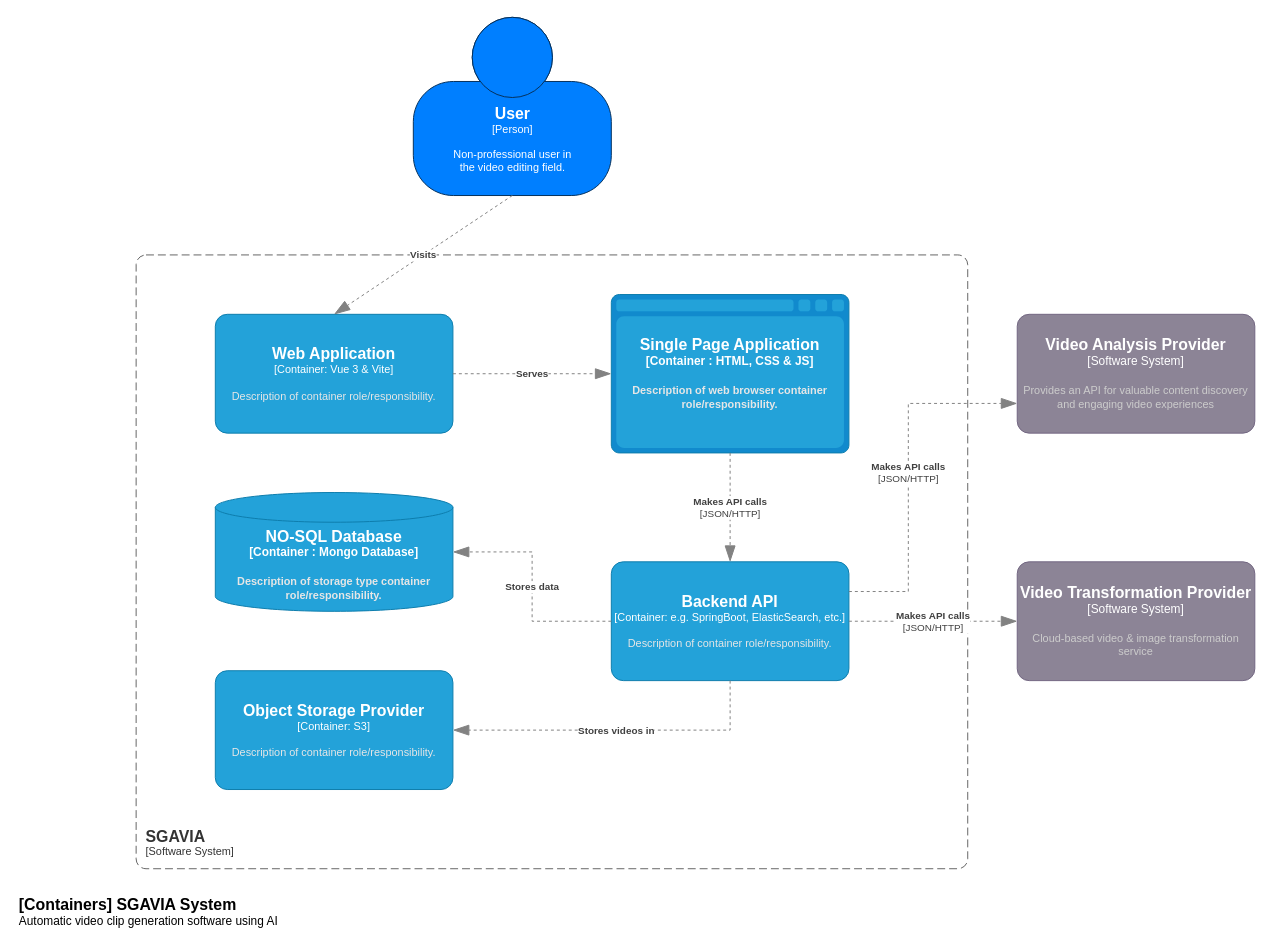
PR2022027/.github keeps this draw.io diagram as page "Página-4" (4 of 5) of drawio-diagrams/Organigrama.drawio. Above is the earlier version. Source tidied: cells renumbered, new cells numbered last; positions are measured from the earlier drawing's top-left corner, leaving out a move shared by most shapes. Both pictures are drawn from the tidied source at 99%, with x=0, y=0 at pixel (17, 17).
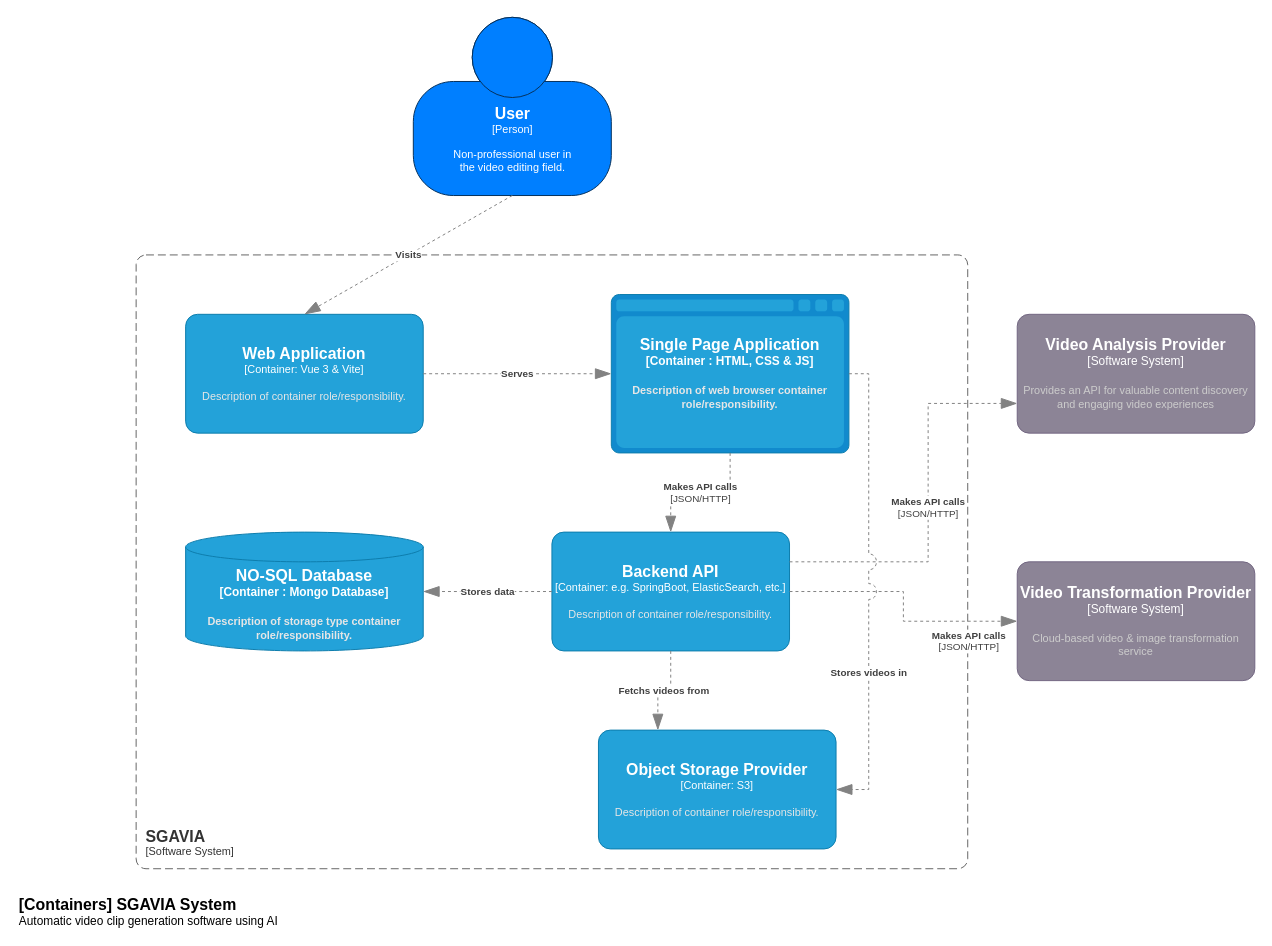
The same diagram, later.

Unchanged cells that the change refers to:
```xml
<object id="6" label="&lt;font style=&quot;font-size: 16px&quot;&gt;&lt;b&gt;%c4Type%&lt;/font&gt;&lt;div&gt;[%c4Container%:&amp;nbsp;%c4Technology%]&lt;/div&gt;&lt;br&gt;&lt;div&gt;&lt;font style=&quot;font-size: 11px&quot;&gt;&lt;font color=&quot;#E6E6E6&quot;&gt;%c4Description%&lt;/font&gt;&lt;/div&gt;" c4Container="Container " c4Description="Description of web browser container role/responsibility." c4Technology="HTML, CSS &amp; JS" c4Type="Single Page Application" placeholders="1">
  <mxCell style="shape=mxgraph.c4.webBrowserContainer2;whiteSpace=wrap;html=1;boundedLbl=1;rounded=0;labelBackgroundColor=none;strokeColor=#118ACD;fillColor=#23A2D9;strokeColor=#118ACD;strokeColor2=#0E7DAD;fontSize=12;fontColor=#ffffff;align=center;points=[[0.5,0,0],[1,0.25,0],[1,0.5,0],[1,0.75,0],[0.5,1,0],[0,0.75,0],[0,0.5,0],[0,0.25,0]];" parent="1" vertex="1">
    <mxGeometry x="600" y="280" width="240" height="160" as="geometry" />
  </mxCell>
</object>
<object id="15" label="&lt;font style=&quot;font-size: 16px&quot;&gt;&lt;b&gt;%c4Name%&lt;/b&gt;&lt;/font&gt;&lt;div&gt;[%c4Type%]&lt;/div&gt;&lt;br&gt;&lt;div&gt;&lt;font style=&quot;font-size: 11px&quot;&gt;&lt;font color=&quot;#cccccc&quot;&gt;%c4Description%&lt;/font&gt;&lt;/div&gt;" c4Description="Provides an API for valuable content discovery and engaging video experiences" c4Name="Video Analysis Provider" c4Type="Software System" placeholders="1">
  <mxCell style="rounded=1;whiteSpace=wrap;html=1;labelBackgroundColor=none;fillColor=#8C8496;fontColor=#ffffff;align=center;arcSize=10;strokeColor=#736782;points=[[0.25,0,0],[0.5,0,0],[0.75,0,0],[1,0.25,0],[1,0.5,0],[1,0.75,0],[0.75,1,0],[0.5,1,0],[0.25,1,0],[0,0.75,0],[0,0.5,0],[0,0.25,0]];" parent="1" vertex="1">
    <mxGeometry x="1010" y="300" width="240" height="120" as="geometry" />
  </mxCell>
</object>
<object id="16" label="&lt;font style=&quot;font-size: 16px&quot;&gt;&lt;b&gt;%c4Name%&lt;/b&gt;&lt;/font&gt;&lt;div&gt;[%c4Type%]&lt;/div&gt;&lt;br&gt;&lt;div&gt;&lt;font style=&quot;font-size: 11px&quot;&gt;&lt;font color=&quot;#cccccc&quot;&gt;%c4Description%&lt;/font&gt;&lt;/div&gt;" c4Description="Cloud-based video &amp; image transformation service" c4Name="Video Transformation Provider" c4Type="Software System" placeholders="1">
  <mxCell style="rounded=1;whiteSpace=wrap;html=1;labelBackgroundColor=none;fillColor=#8C8496;fontColor=#ffffff;align=center;arcSize=10;strokeColor=#736782;points=[[0.25,0,0],[0.5,0,0],[0.75,0,0],[1,0.25,0],[1,0.5,0],[1,0.75,0],[0.75,1,0],[0.5,1,0],[0.25,1,0],[0,0.75,0],[0,0.5,0],[0,0.25,0]];" parent="1" vertex="1">
    <mxGeometry x="1010" y="550" width="240" height="120" as="geometry" />
  </mxCell>
</object>
```

Change to the diagram source:
```diff
@@
     <object id="5" label="&lt;font style=&quot;font-size: 16px&quot;&gt;&lt;b&gt;%c4Name%&lt;/b&gt;&lt;/font&gt;&lt;div&gt;[%c4Type%: %c4Technology%]&lt;/div&gt;&lt;br&gt;&lt;div&gt;&lt;font style=&quot;font-size: 11px&quot;&gt;&lt;font color=&quot;#E6E6E6&quot;&gt;%c4Description%&lt;/font&gt;&lt;/div&gt;" c4Description="Description of container role/responsibility." c4Name="Web Application" c4Technology="Vue 3 &amp; Vite" c4Type="Container" placeholders="1">
       <mxCell style="rounded=1;whiteSpace=wrap;html=1;fontSize=11;labelBackgroundColor=none;fillColor=#23A2D9;fontColor=#ffffff;align=center;arcSize=10;strokeColor=#0E7DAD;points=[[0.25,0,0],[0.5,0,0],[0.75,0,0],[1,0.25,0],[1,0.5,0],[1,0.75,0],[0.75,1,0],[0.5,1,0],[0.25,1,0],[0,0.75,0],[0,0.5,0],[0,0.25,0]];" parent="1" vertex="1">
-        <mxGeometry x="200" y="300" width="240" height="120" as="geometry" />
+        <mxGeometry x="170" y="300" width="240" height="120" as="geometry" />
       </mxCell>
     </object>
@@
     <object id="7" label="&lt;font style=&quot;font-size: 16px&quot;&gt;&lt;b&gt;%c4Type%&lt;/font&gt;&lt;div&gt;[%c4Container%:&amp;nbsp;%c4Technology%]&lt;/div&gt;&lt;br&gt;&lt;div&gt;&lt;font style=&quot;font-size: 11px&quot;&gt;&lt;font color=&quot;#E6E6E6&quot;&gt;%c4Description%&lt;/font&gt;&lt;/div&gt;" c4Container="Container " c4Description="Description of storage type container role/responsibility." c4Technology="Mongo Database" c4Type="NO-SQL Database" placeholders="1">
       <mxCell style="shape=cylinder3;size=15;whiteSpace=wrap;html=1;boundedLbl=1;rounded=0;labelBackgroundColor=none;fillColor=#23A2D9;fontSize=12;fontColor=#ffffff;align=center;strokeColor=#0E7DAD;points=[[0.5,0,0],[1,0.25,0],[1,0.5,0],[1,0.75,0],[0.5,1,0],[0,0.75,0],[0,0.5,0],[0,0.25,0]];" parent="1" vertex="1">
-        <mxGeometry x="200" y="480" width="240" height="120" as="geometry" />
+        <mxGeometry x="170" y="520" width="240" height="120" as="geometry" />
       </mxCell>
     </object>
     <object id="8" label="&lt;font style=&quot;font-size: 16px&quot;&gt;&lt;b&gt;%c4Name%&lt;/b&gt;&lt;/font&gt;&lt;div&gt;[%c4Type%: %c4Technology%]&lt;/div&gt;&lt;br&gt;&lt;div&gt;&lt;font style=&quot;font-size: 11px&quot;&gt;&lt;font color=&quot;#E6E6E6&quot;&gt;%c4Description%&lt;/font&gt;&lt;/div&gt;" c4Description="Description of container role/responsibility." c4Name="Backend API" c4Technology="e.g. SpringBoot, ElasticSearch, etc." c4Type="Container" placeholders="1">
       <mxCell style="rounded=1;whiteSpace=wrap;html=1;fontSize=11;labelBackgroundColor=none;fillColor=#23A2D9;fontColor=#ffffff;align=center;arcSize=10;strokeColor=#0E7DAD;points=[[0.25,0,0],[0.5,0,0],[0.75,0,0],[1,0.25,0],[1,0.5,0],[1,0.75,0],[0.75,1,0],[0.5,1,0],[0.25,1,0],[0,0.75,0],[0,0.5,0],[0,0.25,0]];" parent="1" vertex="1">
-        <mxGeometry x="600" y="550" width="240" height="120" as="geometry" />
+        <mxGeometry x="540" y="520" width="240" height="120" as="geometry" />
       </mxCell>
     </object>
@@
     <object id="13" label="&lt;font style=&quot;font-size: 16px&quot;&gt;&lt;b&gt;%c4Name%&lt;/b&gt;&lt;/font&gt;&lt;div&gt;[%c4Type%: %c4Technology%]&lt;/div&gt;&lt;br&gt;&lt;div&gt;&lt;font style=&quot;font-size: 11px&quot;&gt;&lt;font color=&quot;#E6E6E6&quot;&gt;%c4Description%&lt;/font&gt;&lt;/div&gt;" c4Description="Description of container role/responsibility." c4Name="Object Storage Provider" c4Technology="S3" c4Type="Container" placeholders="1">
       <mxCell style="rounded=1;whiteSpace=wrap;html=1;fontSize=11;labelBackgroundColor=none;fillColor=#23A2D9;fontColor=#ffffff;align=center;arcSize=10;strokeColor=#0E7DAD;points=[[0.25,0,0],[0.5,0,0],[0.75,0,0],[1,0.25,0],[1,0.5,0],[1,0.75,0],[0.75,1,0],[0.5,1,0],[0.25,1,0],[0,0.75,0],[0,0.5,0],[0,0.25,0]];" parent="1" vertex="1">
-        <mxGeometry x="200" y="660" width="240" height="120" as="geometry" />
+        <mxGeometry x="587" y="720" width="240" height="120" as="geometry" />
       </mxCell>
     </object>
-    <object id="14" label="&lt;div style=&quot;text-align: left&quot;&gt;&lt;div style=&quot;text-align: center&quot;&gt;&lt;b&gt;%c4Description%&lt;/b&gt;&lt;/div&gt;" c4Description="Stores videos in" placeholders="1">
-      <mxCell style="endArrow=blockThin;html=1;fontSize=10;fontColor=#404040;strokeWidth=1;endFill=1;strokeColor=#828282;elbow=vertical;endSize=14;startSize=14;jumpStyle=arc;jumpSize=16;rounded=0;edgeStyle=orthogonalEdgeStyle;dashed=1;exitX=0.5;exitY=1;exitDx=0;exitDy=0;exitPerimeter=0;entryX=1;entryY=0.5;entryDx=0;entryDy=0;entryPerimeter=0;" parent="1" edge="1" source="8" target="13">
+    <object id="14" label="&lt;div style=&quot;text-align: left&quot;&gt;&lt;div style=&quot;text-align: center&quot;&gt;&lt;b&gt;%c4Description%&lt;/b&gt;&lt;/div&gt;" c4Description="Fetchs videos from" placeholders="1">
+      <mxCell style="endArrow=blockThin;html=1;fontSize=10;fontColor=#404040;strokeWidth=1;endFill=1;strokeColor=#828282;elbow=vertical;endSize=14;startSize=14;jumpStyle=arc;jumpSize=16;rounded=0;edgeStyle=orthogonalEdgeStyle;dashed=1;exitX=0.5;exitY=1;exitDx=0;exitDy=0;exitPerimeter=0;entryX=0.25;entryY=0;entryDx=0;entryDy=0;entryPerimeter=0;" parent="1" edge="1" source="8" target="13">
         <mxGeometry relative="1" as="geometry" />
       </mxCell>
     </object>
@@
     <object id="17" label="&lt;div style=&quot;text-align: left&quot;&gt;&lt;div style=&quot;text-align: center&quot;&gt;&lt;b&gt;%c4Description%&lt;/b&gt;&lt;/div&gt;&lt;div style=&quot;text-align: center&quot;&gt;[%c4Technology%]&lt;/div&gt;&lt;/div&gt;" c4Description="Makes API calls" c4Technology="JSON/HTTP" placeholders="1">
       <mxCell style="endArrow=blockThin;html=1;fontSize=10;fontColor=#404040;strokeWidth=1;endFill=1;strokeColor=#828282;elbow=vertical;endSize=14;startSize=14;jumpStyle=arc;jumpSize=16;rounded=0;edgeStyle=orthogonalEdgeStyle;dashed=1;exitX=1;exitY=0.5;exitDx=0;exitDy=0;exitPerimeter=0;entryX=0;entryY=0.5;entryDx=0;entryDy=0;entryPerimeter=0;" parent="1" edge="1" source="8" target="16">
-        <mxGeometry relative="1" as="geometry" />
+        <mxGeometry x="0.62" y="-20" relative="1" as="geometry" />
       </mxCell>
     </object>
     <object id="18" label="&lt;div style=&quot;text-align: left&quot;&gt;&lt;div style=&quot;text-align: center&quot;&gt;&lt;b&gt;%c4Description%&lt;/b&gt;&lt;/div&gt;&lt;div style=&quot;text-align: center&quot;&gt;[%c4Technology%]&lt;/div&gt;&lt;/div&gt;" c4Description="Makes API calls" c4Technology="JSON/HTTP" placeholders="1">
       <mxCell style="endArrow=blockThin;html=1;fontSize=10;fontColor=#404040;strokeWidth=1;endFill=1;strokeColor=#828282;elbow=vertical;endSize=14;startSize=14;jumpStyle=arc;jumpSize=16;rounded=0;edgeStyle=orthogonalEdgeStyle;dashed=1;exitX=1;exitY=0.25;exitDx=0;exitDy=0;exitPerimeter=0;entryX=0;entryY=0.75;entryDx=0;entryDy=0;entryPerimeter=0;" parent="1" edge="1" source="8" target="15">
         <mxGeometry relative="1" as="geometry">
           <Array as="points">
-            <mxPoint x="900" y="580" />
-            <mxPoint x="900" y="390" />
+            <mxPoint x="920" y="550" />
+            <mxPoint x="920" y="390" />
           </Array>
         </mxGeometry>
       </mxCell>
     </object>
+    <object id="19" label="&lt;div style=&quot;text-align: left&quot;&gt;&lt;div style=&quot;text-align: center&quot;&gt;&lt;b&gt;%c4Description%&lt;/b&gt;&lt;/div&gt;" c4Description="Stores videos in" placeholders="1">
+      <mxCell style="endArrow=blockThin;html=1;fontSize=10;fontColor=#404040;strokeWidth=1;endFill=1;strokeColor=#828282;elbow=vertical;endSize=14;startSize=14;jumpStyle=arc;jumpSize=16;rounded=0;edgeStyle=orthogonalEdgeStyle;dashed=1;exitX=1;exitY=0.5;exitDx=0;exitDy=0;exitPerimeter=0;entryX=1;entryY=0.5;entryDx=0;entryDy=0;entryPerimeter=0;" parent="1" edge="1" source="6" target="13">
+        <mxGeometry x="0.36" relative="1" as="geometry">
+          <Array as="points">
+            <mxPoint x="860" y="360" />
+            <mxPoint x="860" y="780" />
+          </Array>
+        </mxGeometry>
+      </mxCell>
+    </object>
```
